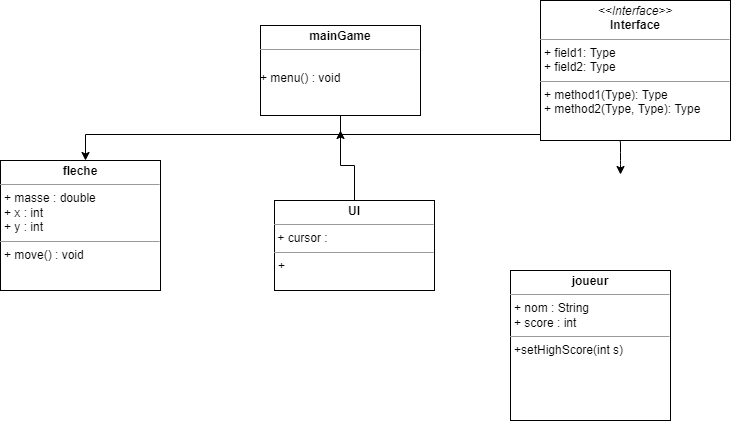
This is UMLDiagram.png from vbard1/mini-projet-2, a draw.io export, as it was before one commit. Source tidied: cells renumbered, new cells last; positions are measured from the earlier drawing's top-left corner, leaving out a move shared by most shapes.
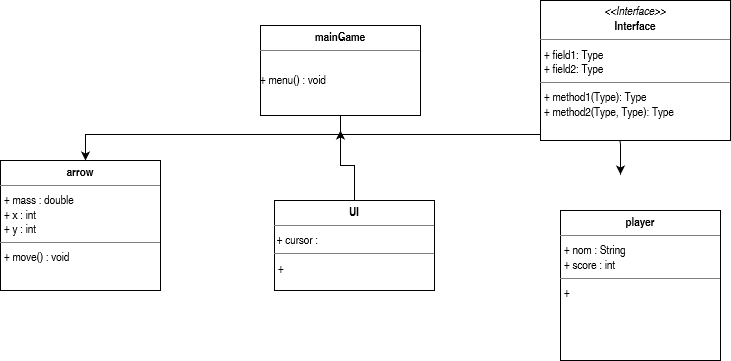
The same diagram one commit later.

Diff of the diagram source:
```diff
@@ -33,7 +33,7 @@
     <mxCell id="6" value="&lt;p style=&quot;margin: 0px ; margin-top: 4px ; text-align: center&quot;&gt;&lt;b&gt;mainGame&lt;/b&gt;&lt;/p&gt;&lt;hr size=&quot;1&quot;&gt;&lt;p style=&quot;margin: 0px ; margin-left: 4px&quot;&gt;&lt;br&gt;&lt;/p&gt;+ menu() : void" style="verticalAlign=top;align=left;overflow=fill;fontSize=12;fontFamily=Helvetica;html=1;" parent="1" vertex="1">
       <mxGeometry x="260" y="25" width="160" height="90" as="geometry" />
     </mxCell>
-    <mxCell id="7" value="&lt;p style=&quot;margin: 0px ; margin-top: 4px ; text-align: center&quot;&gt;&lt;b&gt;fleche&lt;/b&gt;&lt;br&gt;&lt;/p&gt;&lt;hr size=&quot;1&quot;&gt;&lt;p style=&quot;margin: 0px ; margin-left: 4px&quot;&gt;+ masse : double&lt;/p&gt;&lt;p style=&quot;margin: 0px ; margin-left: 4px&quot;&gt;+ x : int&lt;/p&gt;&lt;p style=&quot;margin: 0px ; margin-left: 4px&quot;&gt;+ y : int&lt;br&gt;&lt;/p&gt;&lt;hr size=&quot;1&quot;&gt;&lt;p style=&quot;margin: 0px ; margin-left: 4px&quot;&gt;+ move() : void&lt;br&gt;&lt;/p&gt;" style="verticalAlign=top;align=left;overflow=fill;fontSize=12;fontFamily=Helvetica;html=1;" parent="1" vertex="1">
+    <mxCell id="7" value="&lt;p style=&quot;margin: 0px ; margin-top: 4px ; text-align: center&quot;&gt;&lt;b&gt;arrow&lt;/b&gt;&lt;br&gt;&lt;/p&gt;&lt;hr size=&quot;1&quot;&gt;&lt;p style=&quot;margin: 0px ; margin-left: 4px&quot;&gt;+ mass : double&lt;/p&gt;&lt;p style=&quot;margin: 0px ; margin-left: 4px&quot;&gt;+ x : int&lt;/p&gt;&lt;p style=&quot;margin: 0px ; margin-left: 4px&quot;&gt;+ y : int&lt;br&gt;&lt;/p&gt;&lt;hr size=&quot;1&quot;&gt;&lt;p style=&quot;margin: 0px ; margin-left: 4px&quot;&gt;+ move() : void&lt;br&gt;&lt;/p&gt;" style="verticalAlign=top;align=left;overflow=fill;fontSize=12;fontFamily=Helvetica;html=1;" parent="1" vertex="1">
       <mxGeometry y="160" width="160" height="130" as="geometry" />
     </mxCell>
     <mxCell id="8" style="edgeStyle=orthogonalEdgeStyle;rounded=0;jettySize=auto;html=1;exitX=0.5;exitY=0;exitDx=0;exitDy=0;" parent="1" edge="1" source="9">
@@ -44,8 +44,8 @@
     <mxCell id="9" value="&lt;p style=&quot;margin: 0px ; margin-top: 4px ; text-align: center&quot;&gt;&lt;b&gt;UI&lt;/b&gt;&lt;br&gt;&lt;/p&gt;&lt;hr size=&quot;1&quot;&gt;&amp;nbsp;+ cursor : &lt;br&gt;&lt;hr size=&quot;1&quot;&gt;&lt;p style=&quot;margin: 0px ; margin-left: 4px&quot;&gt;+&lt;/p&gt;" style="verticalAlign=top;align=left;overflow=fill;fontSize=12;fontFamily=Helvetica;html=1;" parent="1" vertex="1">
       <mxGeometry x="274" y="200" width="160" height="90" as="geometry" />
     </mxCell>
-    <mxCell id="10" value="&lt;p style=&quot;margin: 0px ; margin-top: 4px ; text-align: center&quot;&gt;&lt;b&gt;joueur&lt;/b&gt;&lt;br&gt;&lt;/p&gt;&lt;hr size=&quot;1&quot;&gt;&lt;p style=&quot;margin: 0px ; margin-left: 4px&quot;&gt;+ nom : String&lt;/p&gt;&lt;p style=&quot;margin: 0px ; margin-left: 4px&quot;&gt;+ score : int&lt;/p&gt;&lt;hr size=&quot;1&quot;&gt;&lt;p style=&quot;margin: 0px ; margin-left: 4px&quot;&gt;+setHighScore(int s)&lt;br&gt;&lt;/p&gt;" style="verticalAlign=top;align=left;overflow=fill;fontSize=12;fontFamily=Helvetica;html=1;" parent="1" vertex="1">
-      <mxGeometry x="510" y="270" width="160" height="150" as="geometry" />
+    <mxCell id="10" value="&lt;p style=&quot;margin: 0px ; margin-top: 4px ; text-align: center&quot;&gt;&lt;b&gt;player&lt;/b&gt;&lt;br&gt;&lt;/p&gt;&lt;hr size=&quot;1&quot;&gt;&lt;p style=&quot;margin: 0px ; margin-left: 4px&quot;&gt;+ nom : String&lt;/p&gt;&lt;p style=&quot;margin: 0px ; margin-left: 4px&quot;&gt;+ score : int&lt;/p&gt;&lt;hr size=&quot;1&quot;&gt;&lt;p style=&quot;margin: 0px ; margin-left: 4px&quot;&gt;+&lt;br&gt;&lt;/p&gt;" style="verticalAlign=top;align=left;overflow=fill;fontSize=12;fontFamily=Helvetica;html=1;" parent="1" vertex="1">
+      <mxGeometry x="560" y="210" width="160" height="150" as="geometry" />
     </mxCell>
     <mxCell id="11" style="edgeStyle=orthogonalEdgeStyle;rounded=0;orthogonalLoop=1;jettySize=auto;html=1;exitX=0.5;exitY=1;exitDx=0;exitDy=0;" parent="1" edge="1">
       <mxGeometry relative="1" as="geometry">
```
